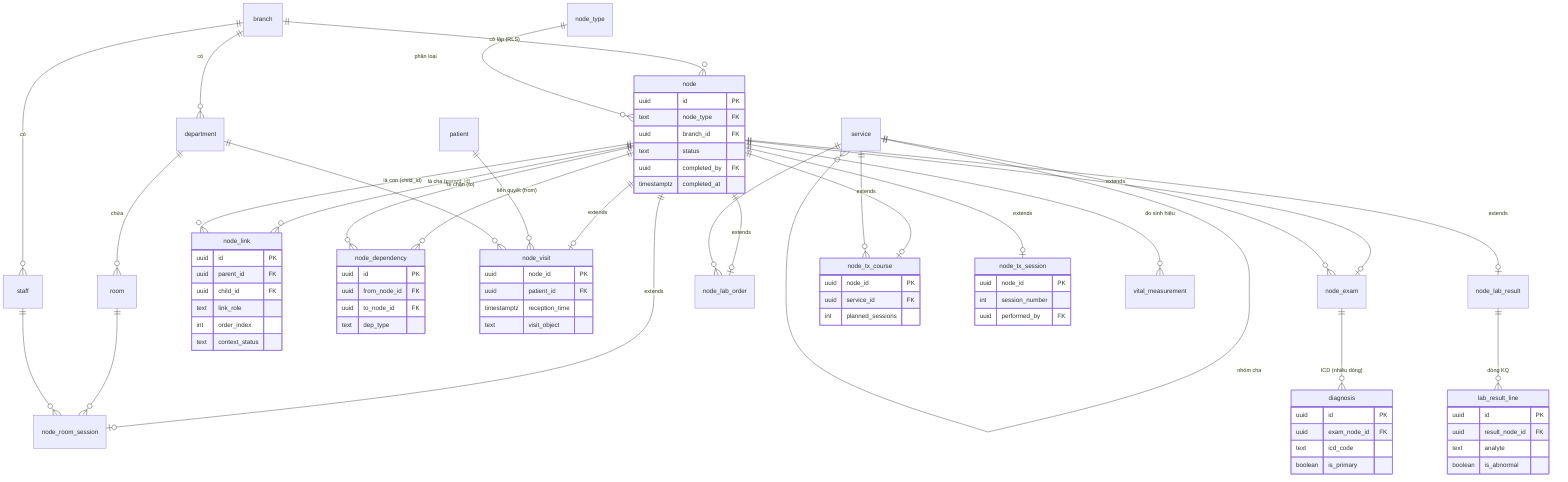
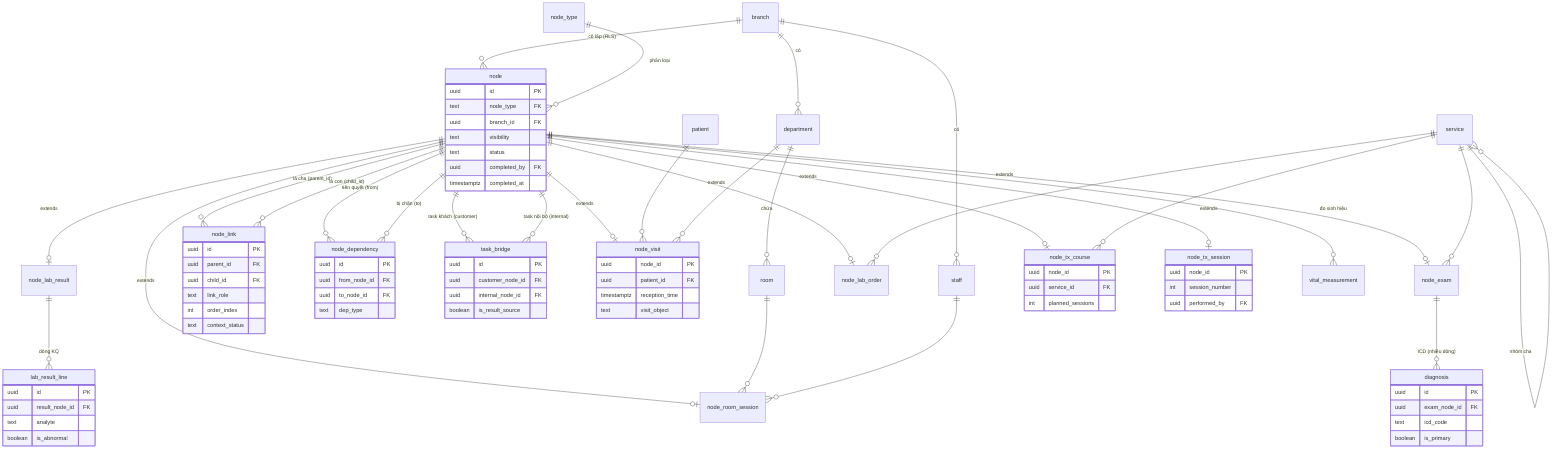
erDiagram
    branch     ||--o{ department        : "có"
    branch     ||--o{ staff             : "có"
    branch     ||--o{ node              : "cô lập (RLS)"
    department ||--o{ room              : "chứa"
    service    ||--o{ service           : "nhóm cha"

    node_type  ||--o{ node              : "phân loại"
    node       ||--o{ node_link         : "là cha (parent_id)"
    node       ||--o{ node_link         : "là con (child_id)"
    node       ||--o{ node_dependency   : "tiên quyết (from)"
    node       ||--o{ node_dependency   : "bị chặn (to)"
+     node       ||--o{ task_bridge       : "task khách (customer)"
+     node       ||--o{ task_bridge       : "task nội bộ (internal)"

    node       ||--o| node_visit        : "extends"
    node       ||--o| node_room_session : "extends"
    node       ||--o| node_exam         : "extends"
    node       ||--o| node_lab_order    : "extends"
    node       ||--o| node_lab_result   : "extends"
    node       ||--o| node_tx_course    : "extends"
    node       ||--o| node_tx_session   : "extends"
    node       ||--o{ vital_measurement : "đo sinh hiệu"

    patient    ||--o{ node_visit        : ""
    department ||--o{ node_visit        : ""
    room       ||--o{ node_room_session : ""
    staff      ||--o{ node_room_session : ""
    service    ||--o{ node_exam         : ""
    service    ||--o{ node_lab_order    : ""
    service    ||--o{ node_tx_course    : ""
    node_exam      ||--o{ diagnosis        : "ICD (nhiều dòng)"
    node_lab_result||--o{ lab_result_line  : "dòng KQ"

    node {
        uuid id PK
        text node_type FK
        uuid branch_id FK
+         text visibility
        text status
        uuid completed_by FK
        timestamptz completed_at
    }
    node_link {
        uuid id PK
        uuid parent_id FK
        uuid child_id FK
        text link_role
        int order_index
        text context_status
    }
    node_dependency {
        uuid id PK
        uuid from_node_id FK
        uuid to_node_id FK
        text dep_type
+     }
+     task_bridge {
+         uuid id PK
+         uuid customer_node_id FK
+         uuid internal_node_id FK
+         boolean is_result_source
    }
    node_visit {
        uuid node_id PK
        uuid patient_id FK
        timestamptz reception_time
        text visit_object
    }
    node_tx_course {
        uuid node_id PK
        uuid service_id FK
        int planned_sessions
    }
    node_tx_session {
        uuid node_id PK
        int session_number
        uuid performed_by FK
    }
    diagnosis {
        uuid id PK
        uuid exam_node_id FK
        text icd_code
        boolean is_primary
    }
    lab_result_line {
        uuid id PK
        uuid result_node_id FK
        text analyte
        boolean is_abnormal
    }
